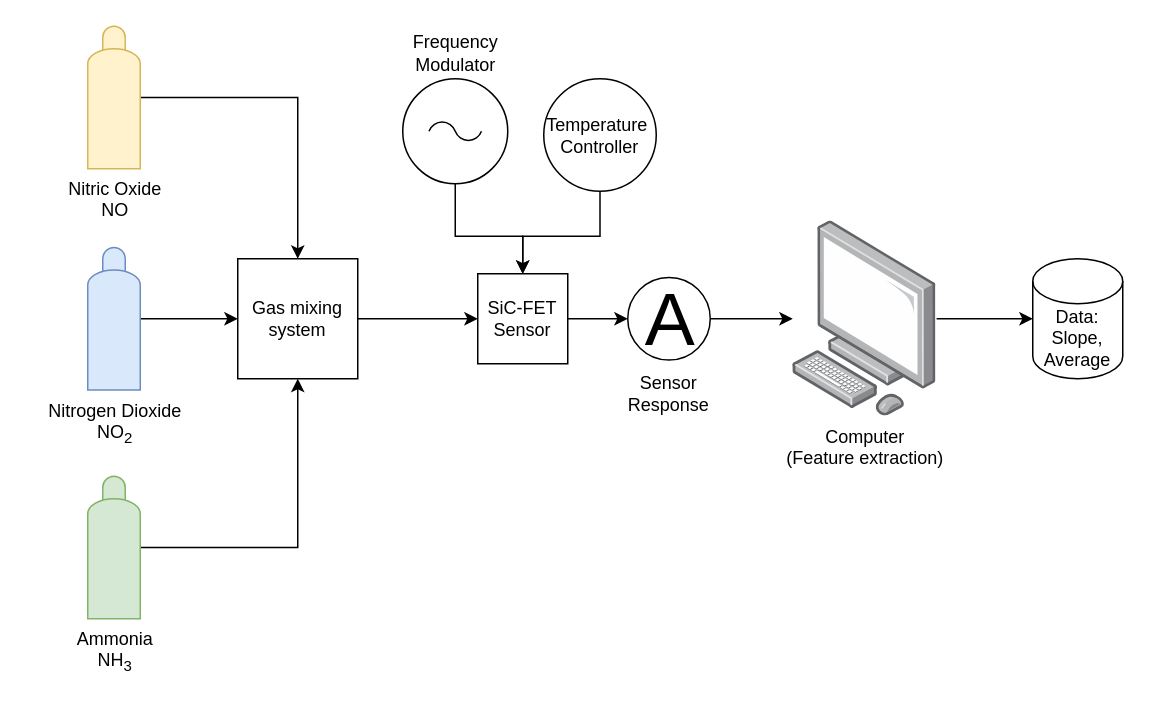
Before: page "experimental setup" (1 of 4) of figures/experimental-setup.drawio in cosmourao/thesis, a draw.io diagram. Source tidied: cells renumbered, new cells numbered last; positions are measured from the earlier drawing's top-left corner, leaving out a move shared by most shapes. Both pictures are drawn from the tidied source at 150%, with x=0, y=0 at pixel (87, 26).
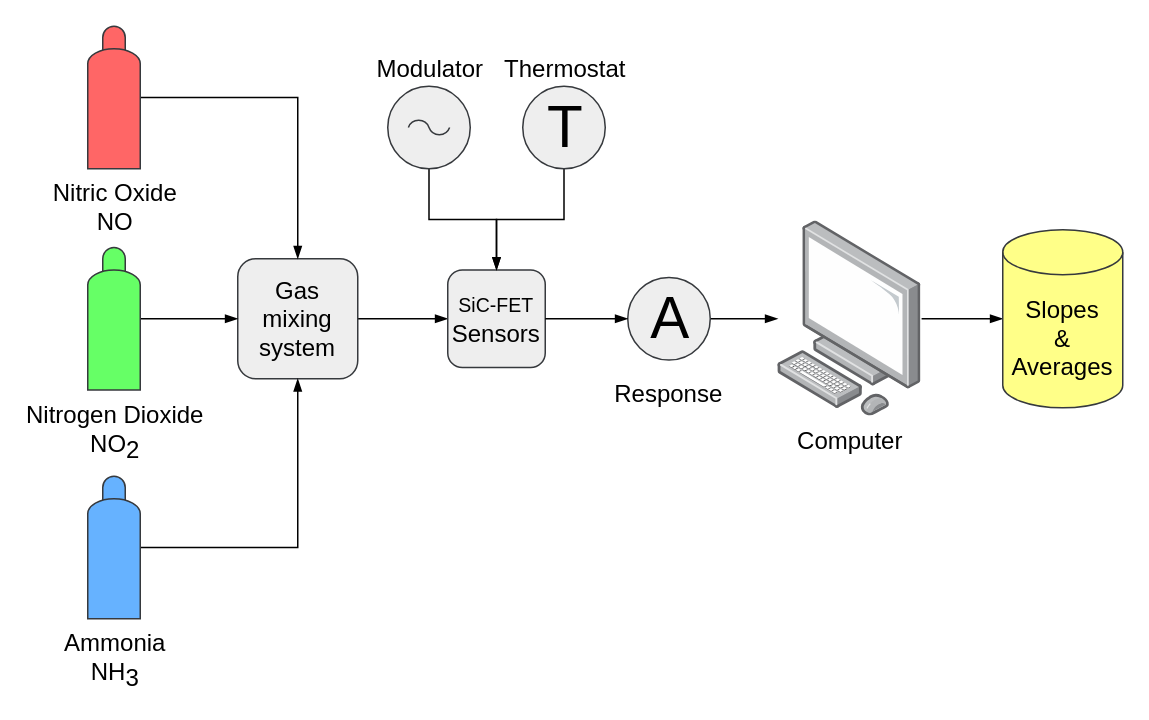
Above is the later version.

Diff of the diagram source:
```diff
@@
-    <mxCell id="2" style="edgeStyle=orthogonalEdgeStyle;rounded=0;jettySize=auto;html=1;fontFamily=Helvetica;" parent="1" edge="1" source="3" target="16">
+    <mxCell id="2" style="edgeStyle=orthogonalEdgeStyle;rounded=0;jettySize=auto;html=1;fontFamily=Helvetica;fontSize=16;endArrow=blockThin;endFill=1;" parent="1" edge="1" source="3" target="16">
       <mxGeometry relative="1" as="geometry" />
     </mxCell>
-    <mxCell id="3" value="Computer&lt;br&gt;(Feature extraction)" style="points=[];html=1;align=center;shadow=0;dashed=0;image;image=img/lib/allied_telesis/computer_and_terminals/Personal_Computer.svg;fontFamily=Helvetica;" parent="1" vertex="1">
-      <mxGeometry x="470" y="130" width="95.9" height="130" as="geometry" />
+    <mxCell id="3" value="Computer" style="points=[];html=1;align=center;shadow=0;dashed=0;image;image=img/lib/allied_telesis/computer_and_terminals/Personal_Computer.svg;fontFamily=Helvetica;fontSize=16;" parent="1" vertex="1">
+      <mxGeometry x="460" y="130" width="95.9" height="130" as="geometry" />
     </mxCell>
-    <mxCell id="4" style="edgeStyle=orthogonalEdgeStyle;rounded=0;jettySize=auto;html=1;exitX=1;exitY=0.5;exitDx=0;exitDy=0;fontFamily=Helvetica;" parent="1" edge="1" source="5" target="13">
+    <mxCell id="4" style="edgeStyle=orthogonalEdgeStyle;rounded=0;jettySize=auto;html=1;exitX=1;exitY=0.5;exitDx=0;exitDy=0;fontFamily=Helvetica;fontSize=16;endArrow=blockThin;endFill=1;" parent="1" edge="1" source="5" target="13">
       <mxGeometry relative="1" as="geometry" />
     </mxCell>
-    <mxCell id="5" value="Gas mixing system" style="whiteSpace=wrap;html=1;fontFamily=Helvetica;" parent="1" vertex="1">
+    <mxCell id="5" value="Gas mixing system" style="whiteSpace=wrap;html=1;fontFamily=Helvetica;fontSize=16;rounded=1;fillColor=#eeeeee;strokeColor=#36393d;" parent="1" vertex="1">
       <mxGeometry x="100" y="155" width="80" height="80" as="geometry" />
     </mxCell>
-    <mxCell id="6" style="edgeStyle=orthogonalEdgeStyle;rounded=0;jettySize=auto;html=1;entryX=0.5;entryY=0;entryDx=0;entryDy=0;fontFamily=Helvetica;" parent="1" edge="1" source="7" target="5">
+    <mxCell id="6" style="edgeStyle=orthogonalEdgeStyle;rounded=0;jettySize=auto;html=1;entryX=0.5;entryY=0;entryDx=0;entryDy=0;fontFamily=Helvetica;fontSize=16;endArrow=blockThin;endFill=1;" parent="1" edge="1" source="7" target="5">
       <mxGeometry relative="1" as="geometry" />
     </mxCell>
-    <mxCell id="7" value="Nitric Oxide&lt;br&gt;NO" style="shape=mxgraph.pid.vessels.gas_bottle;html=1;align=center;verticalLabelPosition=bottom;verticalAlign=top;dashed=0;fillColor=#fff2cc;strokeColor=#d6b656;fontFamily=Helvetica;" parent="1" vertex="1">
+    <mxCell id="7" value="Nitric Oxide&lt;br style=&quot;font-size: 16px;&quot;&gt;NO" style="shape=mxgraph.pid.vessels.gas_bottle;html=1;align=center;verticalLabelPosition=bottom;verticalAlign=top;dashed=0;strokeColor=#36393d;fontFamily=Helvetica;fillColor=#FF6666;fontSize=16;" parent="1" vertex="1">
       <mxGeometry width="35" height="95" as="geometry" />
     </mxCell>
-    <mxCell id="8" style="rounded=0;jettySize=auto;html=1;fontFamily=Helvetica;" parent="1" edge="1" source="9" target="5">
+    <mxCell id="8" style="rounded=0;jettySize=auto;html=1;fontFamily=Helvetica;fontSize=16;endArrow=blockThin;endFill=1;" parent="1" edge="1" source="9" target="5">
       <mxGeometry relative="1" as="geometry" />
     </mxCell>
-    <mxCell id="9" value="Nitrogen Dioxide&lt;br&gt;NO&lt;sub&gt;2&lt;/sub&gt;" style="shape=mxgraph.pid.vessels.gas_bottle;html=1;align=center;verticalLabelPosition=bottom;verticalAlign=top;dashed=0;fillColor=#dae8fc;strokeColor=#6c8ebf;fontFamily=Helvetica;" parent="1" vertex="1">
+    <mxCell id="9" value="Nitrogen Dioxide&lt;br style=&quot;font-size: 16px;&quot;&gt;NO&lt;sub style=&quot;font-size: 16px;&quot;&gt;2&lt;/sub&gt;" style="shape=mxgraph.pid.vessels.gas_bottle;html=1;align=center;verticalLabelPosition=bottom;verticalAlign=top;dashed=0;strokeColor=#36393d;fontFamily=Helvetica;fillColor=#66FF66;fontSize=16;" parent="1" vertex="1">
       <mxGeometry y="147.5" width="35" height="95" as="geometry" />
     </mxCell>
-    <mxCell id="10" style="edgeStyle=orthogonalEdgeStyle;rounded=0;jettySize=auto;html=1;entryX=0.5;entryY=1;entryDx=0;entryDy=0;fontFamily=Helvetica;" parent="1" edge="1" source="11" target="5">
+    <mxCell id="10" style="edgeStyle=orthogonalEdgeStyle;rounded=0;jettySize=auto;html=1;entryX=0.5;entryY=1;entryDx=0;entryDy=0;fontFamily=Helvetica;fontSize=16;endArrow=blockThin;endFill=1;" parent="1" edge="1" source="11" target="5">
       <mxGeometry relative="1" as="geometry" />
     </mxCell>
-    <mxCell id="11" value="Ammonia&lt;br&gt;NH&lt;sub&gt;3&lt;/sub&gt;" style="shape=mxgraph.pid.vessels.gas_bottle;html=1;align=center;verticalLabelPosition=bottom;verticalAlign=top;dashed=0;fillColor=#d5e8d4;strokeColor=#82b366;fontFamily=Helvetica;" parent="1" vertex="1">
+    <mxCell id="11" value="Ammonia&lt;br style=&quot;font-size: 16px;&quot;&gt;NH&lt;sub style=&quot;font-size: 16px;&quot;&gt;3&lt;/sub&gt;" style="shape=mxgraph.pid.vessels.gas_bottle;html=1;align=center;verticalLabelPosition=bottom;verticalAlign=top;dashed=0;strokeColor=#36393d;fontFamily=Helvetica;fillColor=#66B2FF;fontSize=16;" parent="1" vertex="1">
       <mxGeometry y="300" width="35" height="95" as="geometry" />
     </mxCell>
-    <mxCell id="12" style="edgeStyle=orthogonalEdgeStyle;rounded=0;jettySize=auto;html=1;exitX=1;exitY=0.5;exitDx=0;exitDy=0;fontFamily=Helvetica;" parent="1" edge="1" source="19" target="3">
+    <mxCell id="12" style="edgeStyle=orthogonalEdgeStyle;rounded=0;jettySize=auto;html=1;exitX=1;exitY=0.5;exitDx=0;exitDy=0;fontFamily=Helvetica;fontSize=16;endArrow=blockThin;endFill=1;" parent="1" edge="1" source="19" target="3">
       <mxGeometry relative="1" as="geometry" />
     </mxCell>
-    <mxCell id="13" value="SiC-FET &lt;br&gt;Sensor" style="rounded=0;whiteSpace=wrap;html=1;fontFamily=Helvetica;" parent="1" vertex="1">
-      <mxGeometry x="260" y="165" width="60" height="60" as="geometry" />
+    <mxCell id="13" value="&lt;font&gt;&lt;span style=&quot;font-size: 13px&quot;&gt;SiC-FET&lt;br&gt;&lt;/span&gt;&lt;/font&gt;Sensors" style="rounded=1;whiteSpace=wrap;html=1;fontFamily=Helvetica;fontSize=16;align=center;absoluteArcSize=0;fillColor=#eeeeee;strokeColor=#36393d;" parent="1" vertex="1">
+      <mxGeometry x="240" y="162.5" width="65" height="65" as="geometry" />
     </mxCell>
-    <mxCell id="14" style="edgeStyle=orthogonalEdgeStyle;rounded=0;jettySize=auto;html=1;exitX=0.5;exitY=0;exitDx=0;exitDy=0;exitPerimeter=0;entryX=0.5;entryY=0;entryDx=0;entryDy=0;fontFamily=Helvetica;" parent="1" edge="1" source="15" target="13">
-      <mxGeometry relative="1" as="geometry">
-        <Array as="points">
-          <mxPoint x="245" y="140" />
-          <mxPoint x="290" y="140" />
-        </Array>
-      </mxGeometry>
+    <mxCell id="14" style="edgeStyle=orthogonalEdgeStyle;rounded=0;jettySize=auto;html=1;exitX=0.5;exitY=0;exitDx=0;exitDy=0;exitPerimeter=0;entryX=0.5;entryY=0;entryDx=0;entryDy=0;endArrow=blockThin;endFill=1;fontSize=16;" parent="1" edge="1" source="15" target="13">
+      <mxGeometry relative="1" as="geometry" />
     </mxCell>
-    <mxCell id="15" value="Frequency&lt;br&gt;Modulator" style="verticalLabelPosition=top;shadow=0;dashed=0;align=center;html=1;verticalAlign=bottom;shape=mxgraph.electrical.signal_sources.ac_source;direction=west;labelPosition=center;fontFamily=Helvetica;" parent="1" vertex="1">
-      <mxGeometry x="210" y="35" width="70" height="70" as="geometry" />
+    <mxCell id="15" value="Modulator" style="verticalLabelPosition=top;shadow=0;dashed=0;align=center;html=1;verticalAlign=bottom;shape=mxgraph.electrical.signal_sources.ac_source;direction=west;labelPosition=center;fontFamily=Helvetica;fontSize=16;strokeWidth=1;fillColor=#eeeeee;strokeColor=#36393d;" parent="1" vertex="1">
+      <mxGeometry x="200" y="40" width="55" height="55" as="geometry" />
     </mxCell>
-    <mxCell id="16" value="Data:&lt;br&gt;Slope,&lt;br&gt;Average" style="shape=cylinder3;whiteSpace=wrap;html=1;boundedLbl=1;backgroundOutline=1;size=15;fontFamily=Helvetica;" parent="1" vertex="1">
-      <mxGeometry x="630" y="155" width="60" height="80" as="geometry" />
+    <mxCell id="16" value="Slopes&lt;br&gt;&amp;amp;&lt;br style=&quot;font-size: 16px&quot;&gt;Averages" style="shape=cylinder3;whiteSpace=wrap;html=1;boundedLbl=1;backgroundOutline=1;size=15;fontFamily=Helvetica;fontSize=16;fillColor=#ffff88;strokeColor=#36393d;" parent="1" vertex="1">
+      <mxGeometry x="610" y="135.6" width="80" height="118.8" as="geometry" />
     </mxCell>
-    <mxCell id="17" style="edgeStyle=orthogonalEdgeStyle;rounded=0;jettySize=auto;html=1;exitX=0.5;exitY=1;exitDx=0;exitDy=0;fontFamily=Helvetica;" parent="1" edge="1" source="18" target="13">
-      <mxGeometry relative="1" as="geometry">
-        <Array as="points">
-          <mxPoint x="342" y="140" />
-          <mxPoint x="290" y="140" />
-        </Array>
-      </mxGeometry>
-    </mxCell>
-    <mxCell id="18" value="Temperature&amp;nbsp;&lt;br&gt;Controller" style="ellipse;whiteSpace=wrap;html=1;fontFamily=Helvetica;" parent="1" vertex="1">
-      <mxGeometry x="304" y="35" width="75" height="75" as="geometry" />
-    </mxCell>
-    <mxCell id="19" value="A" style="verticalLabelPosition=middle;shadow=0;dashed=0;align=center;html=1;verticalAlign=middle;strokeWidth=1;shape=ellipse;fontSize=50;fontFamily=Helvetica;" parent="1" vertex="1">
+    <mxCell id="19" value="&lt;font style=&quot;font-size: 39px&quot;&gt;A&lt;/font&gt;" style="verticalLabelPosition=middle;shadow=0;dashed=0;align=center;html=1;verticalAlign=middle;strokeWidth=1;shape=ellipse;fontSize=16;fontFamily=Helvetica;fillColor=#eeeeee;strokeColor=#36393d;" parent="1" vertex="1">
       <mxGeometry x="360" y="167.5" width="55" height="55" as="geometry" />
     </mxCell>
-    <mxCell id="20" style="edgeStyle=orthogonalEdgeStyle;rounded=0;jettySize=auto;html=1;exitX=1;exitY=0.5;exitDx=0;exitDy=0;fontFamily=Helvetica;" parent="1" edge="1" source="13" target="19">
+    <mxCell id="20" style="edgeStyle=orthogonalEdgeStyle;rounded=0;jettySize=auto;html=1;exitX=1;exitY=0.5;exitDx=0;exitDy=0;fontFamily=Helvetica;fontSize=16;endArrow=blockThin;endFill=1;" parent="1" edge="1" source="13" target="19">
       <mxGeometry relative="1" as="geometry" />
     </mxCell>
-    <mxCell id="21" value="Sensor Response" style="text;html=1;strokeColor=none;fillColor=none;align=center;verticalAlign=middle;whiteSpace=wrap;rounded=0;fontFamily=Helvetica;" parent="1" vertex="1">
+    <mxCell id="21" value="Response" style="text;html=1;strokeColor=none;fillColor=none;align=center;verticalAlign=middle;whiteSpace=wrap;rounded=0;fontFamily=Helvetica;fontSize=16;" parent="1" vertex="1">
       <mxGeometry x="361.2" y="235" width="52.5" height="20" as="geometry" />
     </mxCell>
+    <mxCell id="22" style="edgeStyle=orthogonalEdgeStyle;rounded=0;jettySize=auto;html=1;exitX=0.5;exitY=1;exitDx=0;exitDy=0;entryX=0.5;entryY=0;entryDx=0;entryDy=0;endArrow=blockThin;endFill=1;fontSize=16;" parent="1" edge="1" source="23" target="13">
+      <mxGeometry relative="1" as="geometry" />
+    </mxCell>
+    <mxCell id="23" value="&lt;font style=&quot;font-size: 39px&quot;&gt;T&lt;/font&gt;" style="verticalLabelPosition=middle;shadow=0;dashed=0;align=center;html=1;verticalAlign=middle;strokeWidth=1;shape=ellipse;fontSize=16;fontFamily=Helvetica;noLabel=0;fillColor=#eeeeee;strokeColor=#36393d;" parent="1" vertex="1">
+      <mxGeometry x="290" y="40" width="55" height="55" as="geometry" />
+    </mxCell>
+    <mxCell id="24" value="Thermostat" style="text;html=1;strokeColor=none;fillColor=none;align=center;verticalAlign=middle;whiteSpace=wrap;rounded=0;fontFamily=Helvetica;fontSize=16;" parent="1" vertex="1">
+      <mxGeometry x="292" y="18" width="52.5" height="20" as="geometry" />
+    </mxCell>
```
